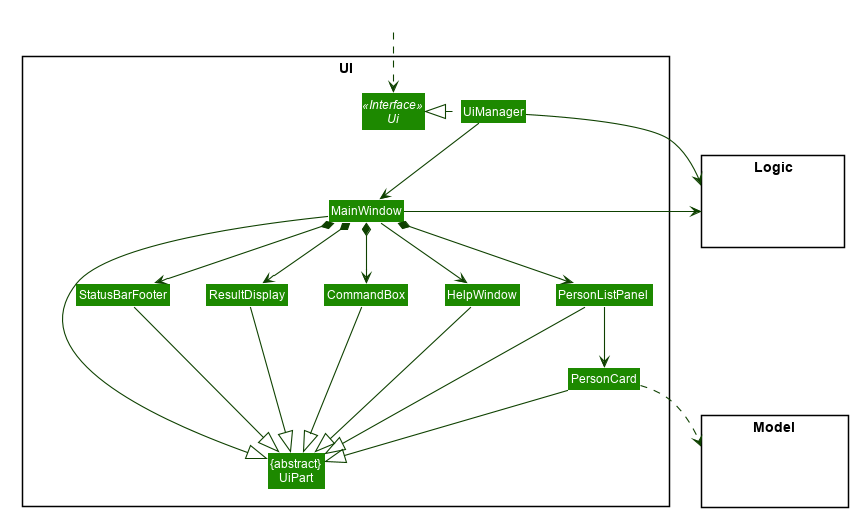
Earlier version of the PlantUML export docs/images/UiClassDiagram.png (nus-cs2103-AY1920S2/addressbook-level3).
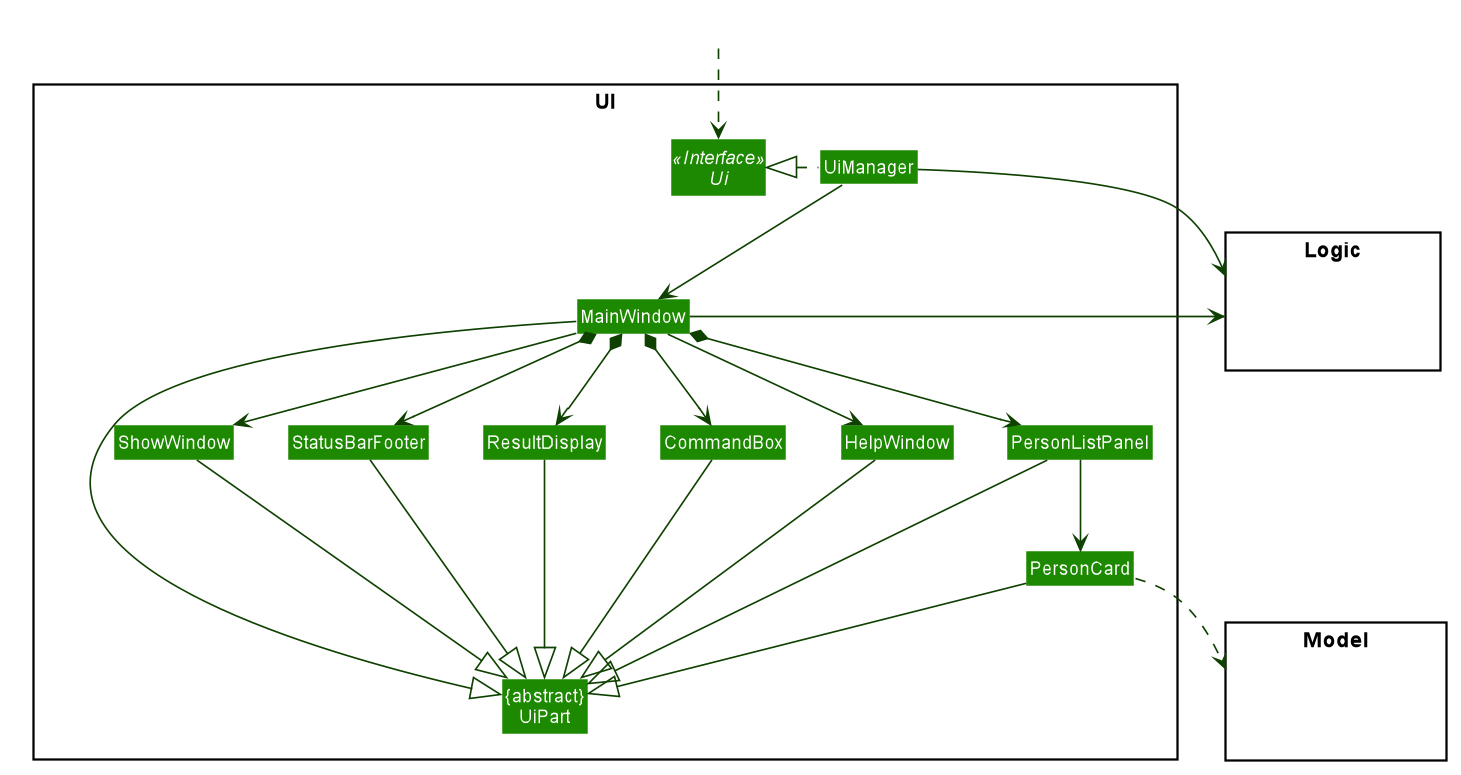
Later version of the same file.

Change to the diagram source:
```diff
@@ -57,6 +57,7 @@
 Class UiManager
 Class MainWindow
 Class HelpWindow
+Class ShowWindow
 Class ResultDisplay
 Class PersonListPanel
 Class PersonCard
@@ -82,6 +83,7 @@
 MainWindow *-down-> ResultDisplay
 MainWindow *-down-> PersonListPanel
 MainWindow *-down-> StatusBarFooter
+MainWindow --> ShowWindow
 
 PersonListPanel -down-> PersonCard
 
@@ -93,15 +95,16 @@
 PersonCard --|> UiPart
 StatusBarFooter --|> UiPart
 HelpWindow -down-|> UiPart
-
 PersonCard ..> Model
 UiManager -right-> Logic
 MainWindow -left-> Logic
+ShowWindow --|> UiPart
 
 PersonListPanel -[hidden]left- HelpWindow
 HelpWindow -[hidden]left- CommandBox
 CommandBox -[hidden]left- ResultDisplay
 ResultDisplay -[hidden]left- StatusBarFooter
+StatusBarFooter -[hidden]left- ShowWindow
 
 MainWindow -[hidden]-|> UiPart
 @enduml
```
